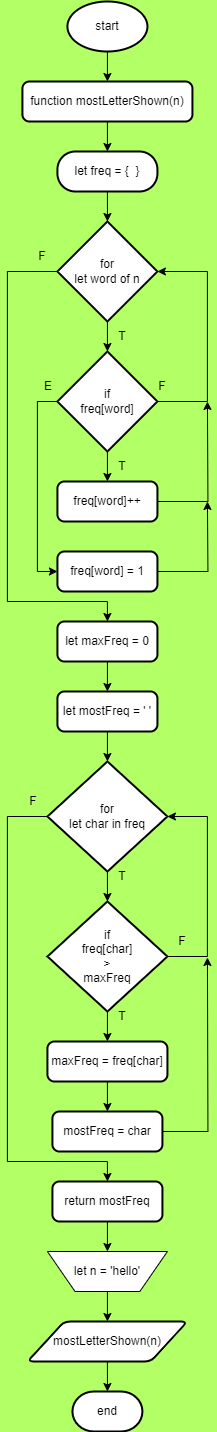
Earlier version of the draw.io export flowchart-diagram/find_the_most_letter_come_up.drawio.png (Destantomy/Dry-run-algorithm). Source tidied: cells renumbered, new cells last; positions are measured from the earlier drawing's top-left corner, leaving out a move shared by most shapes.
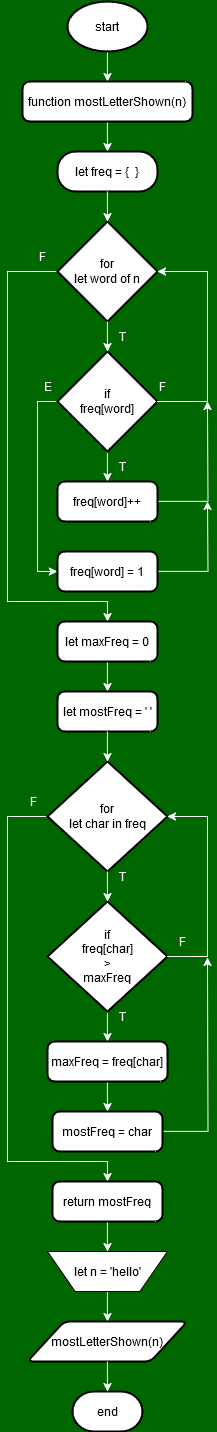
After the change.

The edit, as a diff of the source:
```diff
@@ -1,14 +1,14 @@
-<mxGraphModel background="#B3FF66">
+<mxGraphModel background="#006600">
   <root>
     <mxCell id="0" />
     <mxCell id="1" parent="0" />
-    <mxCell id="2" style="edgeStyle=orthogonalEdgeStyle;rounded=0;jettySize=auto;html=1;exitX=0.5;exitY=1;exitDx=0;exitDy=0;exitPerimeter=0;entryX=0.5;entryY=0;entryDx=0;entryDy=0;" parent="1" edge="1" source="3" target="5">
+    <mxCell id="2" style="edgeStyle=orthogonalEdgeStyle;rounded=0;jettySize=auto;html=1;exitX=0.5;exitY=1;exitDx=0;exitDy=0;exitPerimeter=0;entryX=0.5;entryY=0;entryDx=0;entryDy=0;strokeColor=#FFFFFF;" parent="1" edge="1" source="3" target="5">
       <mxGeometry relative="1" as="geometry" />
     </mxCell>
     <mxCell id="3" value="start" style="strokeWidth=2;html=1;shape=mxgraph.flowchart.start_1;whiteSpace=wrap;" parent="1" vertex="1">
       <mxGeometry x="59.9" width="80" height="50" as="geometry" />
     </mxCell>
-    <mxCell id="4" style="edgeStyle=orthogonalEdgeStyle;rounded=0;jettySize=auto;html=1;exitX=0.5;exitY=1;exitDx=0;exitDy=0;entryX=0.5;entryY=0;entryDx=0;entryDy=0;" parent="1" edge="1" source="5" target="6">
+    <mxCell id="4" style="edgeStyle=orthogonalEdgeStyle;rounded=0;jettySize=auto;html=1;exitX=0.5;exitY=1;exitDx=0;exitDy=0;entryX=0.5;entryY=0;entryDx=0;entryDy=0;strokeColor=#FFFFFF;" parent="1" edge="1" source="5" target="6">
       <mxGeometry relative="1" as="geometry" />
     </mxCell>
     <mxCell id="5" value="function mostLetterShown(n)" style="rounded=1;whiteSpace=wrap;html=1;absoluteArcSize=1;arcSize=14;strokeWidth=2;" parent="1" vertex="1">
@@ -17,7 +17,7 @@
     <mxCell id="6" value="let freq = {&amp;nbsp; }" style="rounded=1;whiteSpace=wrap;html=1;absoluteArcSize=1;arcSize=36;strokeWidth=2;" parent="1" vertex="1">
       <mxGeometry x="49.9" y="150" width="100" height="40" as="geometry" />
     </mxCell>
-    <mxCell id="7" style="edgeStyle=orthogonalEdgeStyle;rounded=0;jettySize=auto;html=1;exitX=0;exitY=0.5;exitDx=0;exitDy=0;exitPerimeter=0;entryX=0.5;entryY=0;entryDx=0;entryDy=0;" parent="1" edge="1" source="8" target="24">
+    <mxCell id="7" style="edgeStyle=orthogonalEdgeStyle;rounded=0;jettySize=auto;html=1;exitX=0;exitY=0.5;exitDx=0;exitDy=0;exitPerimeter=0;entryX=0.5;entryY=0;entryDx=0;entryDy=0;strokeColor=#FFFFFF;" parent="1" edge="1" source="8" target="24">
       <mxGeometry relative="1" as="geometry">
         <Array as="points">
           <mxPoint x="-0.1" y="270" />
@@ -29,16 +29,16 @@
     <mxCell id="8" value="for&lt;div&gt;let word&amp;nbsp;&lt;span style=&quot;background-color: initial;&quot;&gt;of&amp;nbsp;&lt;/span&gt;&lt;span style=&quot;background-color: initial;&quot;&gt;n&lt;/span&gt;&lt;/div&gt;" style="strokeWidth=2;html=1;shape=mxgraph.flowchart.decision;whiteSpace=wrap;" parent="1" vertex="1">
       <mxGeometry x="49.9" y="220" width="100" height="100" as="geometry" />
     </mxCell>
-    <mxCell id="9" style="edgeStyle=orthogonalEdgeStyle;rounded=0;jettySize=auto;html=1;exitX=0.5;exitY=1;exitDx=0;exitDy=0;exitPerimeter=0;entryX=0.5;entryY=0;entryDx=0;entryDy=0;" parent="1" edge="1" source="11" target="13">
+    <mxCell id="9" style="edgeStyle=orthogonalEdgeStyle;rounded=0;jettySize=auto;html=1;exitX=0.5;exitY=1;exitDx=0;exitDy=0;exitPerimeter=0;entryX=0.5;entryY=0;entryDx=0;entryDy=0;strokeColor=#FFFFFF;" parent="1" edge="1" source="11" target="13">
       <mxGeometry relative="1" as="geometry" />
     </mxCell>
-    <mxCell id="10" style="edgeStyle=orthogonalEdgeStyle;rounded=0;jettySize=auto;html=1;exitX=0;exitY=0.5;exitDx=0;exitDy=0;exitPerimeter=0;entryX=0;entryY=0.5;entryDx=0;entryDy=0;" parent="1" edge="1" source="11" target="15">
+    <mxCell id="10" style="edgeStyle=orthogonalEdgeStyle;rounded=0;jettySize=auto;html=1;exitX=0;exitY=0.5;exitDx=0;exitDy=0;exitPerimeter=0;entryX=0;entryY=0.5;entryDx=0;entryDy=0;strokeColor=#FFFFFF;" parent="1" edge="1" source="11" target="15">
       <mxGeometry relative="1" as="geometry" />
     </mxCell>
     <mxCell id="11" value="if&lt;div&gt;freq[word]&lt;/div&gt;" style="strokeWidth=2;html=1;shape=mxgraph.flowchart.decision;whiteSpace=wrap;" parent="1" vertex="1">
       <mxGeometry x="49.9" y="350" width="100" height="100" as="geometry" />
     </mxCell>
-    <mxCell id="12" style="edgeStyle=orthogonalEdgeStyle;rounded=0;jettySize=auto;html=1;exitX=1;exitY=0.5;exitDx=0;exitDy=0;" parent="1" edge="1" source="13">
+    <mxCell id="12" style="edgeStyle=orthogonalEdgeStyle;rounded=0;jettySize=auto;html=1;exitX=1;exitY=0.5;exitDx=0;exitDy=0;strokeColor=#FFFFFF;" parent="1" edge="1" source="13">
       <mxGeometry relative="1" as="geometry">
         <mxPoint x="199.9" y="400" as="targetPoint" />
       </mxGeometry>
@@ -46,7 +46,7 @@
     <mxCell id="13" value="freq[word]++" style="rounded=1;whiteSpace=wrap;html=1;absoluteArcSize=1;arcSize=14;strokeWidth=2;" parent="1" vertex="1">
       <mxGeometry x="49.9" y="480" width="100" height="40" as="geometry" />
     </mxCell>
-    <mxCell id="14" style="edgeStyle=orthogonalEdgeStyle;rounded=0;jettySize=auto;html=1;exitX=1;exitY=0.5;exitDx=0;exitDy=0;" parent="1" edge="1" source="15">
+    <mxCell id="14" style="edgeStyle=orthogonalEdgeStyle;rounded=0;jettySize=auto;html=1;exitX=1;exitY=0.5;exitDx=0;exitDy=0;strokeColor=#FFFFFF;" parent="1" edge="1" source="15">
       <mxGeometry relative="1" as="geometry">
         <mxPoint x="199.9" y="500" as="targetPoint" />
       </mxGeometry>
@@ -54,13 +54,13 @@
     <mxCell id="15" value="freq[word] = 1" style="rounded=1;whiteSpace=wrap;html=1;absoluteArcSize=1;arcSize=14;strokeWidth=2;" parent="1" vertex="1">
       <mxGeometry x="49.9" y="550" width="100" height="40" as="geometry" />
     </mxCell>
-    <mxCell id="16" style="edgeStyle=orthogonalEdgeStyle;rounded=0;jettySize=auto;html=1;exitX=0.5;exitY=1;exitDx=0;exitDy=0;entryX=0.5;entryY=0;entryDx=0;entryDy=0;entryPerimeter=0;" parent="1" edge="1" source="6" target="8">
+    <mxCell id="16" style="edgeStyle=orthogonalEdgeStyle;rounded=0;jettySize=auto;html=1;exitX=0.5;exitY=1;exitDx=0;exitDy=0;entryX=0.5;entryY=0;entryDx=0;entryDy=0;entryPerimeter=0;strokeColor=#FFFFFF;" parent="1" edge="1" source="6" target="8">
       <mxGeometry relative="1" as="geometry" />
     </mxCell>
-    <mxCell id="17" style="edgeStyle=orthogonalEdgeStyle;rounded=0;jettySize=auto;html=1;exitX=0.5;exitY=1;exitDx=0;exitDy=0;exitPerimeter=0;entryX=0.5;entryY=0;entryDx=0;entryDy=0;entryPerimeter=0;" parent="1" edge="1" source="8" target="11">
+    <mxCell id="17" style="edgeStyle=orthogonalEdgeStyle;rounded=0;jettySize=auto;html=1;exitX=0.5;exitY=1;exitDx=0;exitDy=0;exitPerimeter=0;entryX=0.5;entryY=0;entryDx=0;entryDy=0;entryPerimeter=0;strokeColor=#FFFFFF;" parent="1" edge="1" source="8" target="11">
       <mxGeometry relative="1" as="geometry" />
     </mxCell>
-    <mxCell id="18" style="edgeStyle=orthogonalEdgeStyle;rounded=0;jettySize=auto;html=1;exitX=1;exitY=0.5;exitDx=0;exitDy=0;exitPerimeter=0;entryX=1;entryY=0.5;entryDx=0;entryDy=0;entryPerimeter=0;" parent="1" edge="1" source="11" target="8">
+    <mxCell id="18" style="edgeStyle=orthogonalEdgeStyle;rounded=0;jettySize=auto;html=1;exitX=1;exitY=0.5;exitDx=0;exitDy=0;exitPerimeter=0;entryX=1;entryY=0.5;entryDx=0;entryDy=0;entryPerimeter=0;strokeColor=#FFFFFF;" parent="1" edge="1" source="11" target="8">
       <mxGeometry relative="1" as="geometry">
         <Array as="points">
           <mxPoint x="199.9" y="400" />
@@ -68,19 +68,19 @@
         </Array>
       </mxGeometry>
     </mxCell>
-    <mxCell id="19" value="T" style="text;html=1;align=center;verticalAlign=middle;whiteSpace=wrap;rounded=0;" parent="1" vertex="1">
+    <mxCell id="19" value="T" style="text;html=1;align=center;verticalAlign=middle;whiteSpace=wrap;rounded=0;fontColor=#FFFFFF;" parent="1" vertex="1">
       <mxGeometry x="99.9" y="320" width="30" height="30" as="geometry" />
     </mxCell>
-    <mxCell id="20" value="T" style="text;html=1;align=center;verticalAlign=middle;whiteSpace=wrap;rounded=0;" parent="1" vertex="1">
+    <mxCell id="20" value="T" style="text;html=1;align=center;verticalAlign=middle;whiteSpace=wrap;rounded=0;fontColor=#FFFFFF;" parent="1" vertex="1">
       <mxGeometry x="99.9" y="450" width="30" height="30" as="geometry" />
     </mxCell>
-    <mxCell id="21" value="E" style="text;html=1;align=center;verticalAlign=middle;whiteSpace=wrap;rounded=0;" parent="1" vertex="1">
+    <mxCell id="21" value="E" style="text;html=1;align=center;verticalAlign=middle;whiteSpace=wrap;rounded=0;fontColor=#FFFFFF;" parent="1" vertex="1">
       <mxGeometry x="25.9" y="370" width="30" height="30" as="geometry" />
     </mxCell>
-    <mxCell id="22" value="F" style="text;html=1;align=center;verticalAlign=middle;whiteSpace=wrap;rounded=0;" parent="1" vertex="1">
+    <mxCell id="22" value="F" style="text;html=1;align=center;verticalAlign=middle;whiteSpace=wrap;rounded=0;fontColor=#FFFFFF;" parent="1" vertex="1">
       <mxGeometry x="139.9" y="370" width="30" height="30" as="geometry" />
     </mxCell>
-    <mxCell id="23" style="edgeStyle=orthogonalEdgeStyle;rounded=0;jettySize=auto;html=1;exitX=0.5;exitY=1;exitDx=0;exitDy=0;entryX=0.5;entryY=0;entryDx=0;entryDy=0;" parent="1" edge="1" source="24" target="25">
+    <mxCell id="23" style="edgeStyle=orthogonalEdgeStyle;rounded=0;jettySize=auto;html=1;exitX=0.5;exitY=1;exitDx=0;exitDy=0;entryX=0.5;entryY=0;entryDx=0;entryDy=0;strokeColor=#FFFFFF;" parent="1" edge="1" source="24" target="25">
       <mxGeometry relative="1" as="geometry" />
     </mxCell>
     <mxCell id="24" value="let maxFreq = 0" style="rounded=1;whiteSpace=wrap;html=1;absoluteArcSize=1;arcSize=14;strokeWidth=2;" parent="1" vertex="1">
@@ -89,10 +89,10 @@
     <mxCell id="25" value="let mostFreq = ' '" style="rounded=1;whiteSpace=wrap;html=1;absoluteArcSize=1;arcSize=14;strokeWidth=2;" parent="1" vertex="1">
       <mxGeometry x="49.9" y="690" width="100" height="40" as="geometry" />
     </mxCell>
-    <mxCell id="26" value="F" style="text;html=1;align=center;verticalAlign=middle;whiteSpace=wrap;rounded=0;" parent="1" vertex="1">
+    <mxCell id="26" value="F" style="text;html=1;align=center;verticalAlign=middle;whiteSpace=wrap;rounded=0;fontColor=#FFFFFF;" parent="1" vertex="1">
       <mxGeometry x="19.9" y="240" width="30" height="30" as="geometry" />
     </mxCell>
-    <mxCell id="27" style="edgeStyle=orthogonalEdgeStyle;rounded=0;jettySize=auto;html=1;exitX=0;exitY=0.5;exitDx=0;exitDy=0;exitPerimeter=0;entryX=0.5;entryY=0;entryDx=0;entryDy=0;" parent="1" edge="1" source="28" target="42">
+    <mxCell id="27" style="edgeStyle=orthogonalEdgeStyle;rounded=0;jettySize=auto;html=1;exitX=0;exitY=0.5;exitDx=0;exitDy=0;exitPerimeter=0;entryX=0.5;entryY=0;entryDx=0;entryDy=0;strokeColor=#FFFFFF;" parent="1" edge="1" source="28" target="42">
       <mxGeometry relative="1" as="geometry">
         <Array as="points">
           <mxPoint x="-0.1" y="815" />
@@ -104,19 +104,19 @@
     <mxCell id="28" value="for&lt;div&gt;let char in freq&lt;/div&gt;" style="strokeWidth=2;html=1;shape=mxgraph.flowchart.decision;whiteSpace=wrap;" parent="1" vertex="1">
       <mxGeometry x="39.9" y="760" width="120" height="110" as="geometry" />
     </mxCell>
-    <mxCell id="29" style="edgeStyle=orthogonalEdgeStyle;rounded=0;jettySize=auto;html=1;exitX=0.5;exitY=1;exitDx=0;exitDy=0;exitPerimeter=0;entryX=0.5;entryY=0;entryDx=0;entryDy=0;" parent="1" edge="1" source="30" target="32">
+    <mxCell id="29" style="edgeStyle=orthogonalEdgeStyle;rounded=0;jettySize=auto;html=1;exitX=0.5;exitY=1;exitDx=0;exitDy=0;exitPerimeter=0;entryX=0.5;entryY=0;entryDx=0;entryDy=0;strokeColor=#FFFFFF;" parent="1" edge="1" source="30" target="32">
       <mxGeometry relative="1" as="geometry" />
     </mxCell>
     <mxCell id="30" value="if&lt;div&gt;freq[char]&lt;/div&gt;&lt;div&gt;&amp;gt;&lt;/div&gt;&lt;div&gt;maxFreq&lt;/div&gt;" style="strokeWidth=2;html=1;shape=mxgraph.flowchart.decision;whiteSpace=wrap;" parent="1" vertex="1">
       <mxGeometry x="39.9" y="900" width="120" height="110" as="geometry" />
     </mxCell>
-    <mxCell id="31" style="edgeStyle=orthogonalEdgeStyle;rounded=0;jettySize=auto;html=1;exitX=0.5;exitY=1;exitDx=0;exitDy=0;entryX=0.5;entryY=0;entryDx=0;entryDy=0;" parent="1" edge="1" source="32" target="34">
+    <mxCell id="31" style="edgeStyle=orthogonalEdgeStyle;rounded=0;jettySize=auto;html=1;exitX=0.5;exitY=1;exitDx=0;exitDy=0;entryX=0.5;entryY=0;entryDx=0;entryDy=0;strokeColor=#FFFFFF;" parent="1" edge="1" source="32" target="34">
       <mxGeometry relative="1" as="geometry" />
     </mxCell>
     <mxCell id="32" value="maxFreq = freq[char]" style="rounded=1;whiteSpace=wrap;html=1;absoluteArcSize=1;arcSize=14;strokeWidth=2;" parent="1" vertex="1">
       <mxGeometry x="39.9" y="1040" width="120" height="40" as="geometry" />
     </mxCell>
-    <mxCell id="33" style="edgeStyle=orthogonalEdgeStyle;rounded=0;jettySize=auto;html=1;exitX=1;exitY=0.5;exitDx=0;exitDy=0;" parent="1" edge="1" source="34">
+    <mxCell id="33" style="edgeStyle=orthogonalEdgeStyle;rounded=0;jettySize=auto;html=1;exitX=1;exitY=0.5;exitDx=0;exitDy=0;strokeColor=#FFFFFF;" parent="1" edge="1" source="34">
       <mxGeometry relative="1" as="geometry">
         <mxPoint x="199.9" y="956" as="targetPoint" />
       </mxGeometry>
@@ -124,13 +124,13 @@
     <mxCell id="34" value="mostFreq = char" style="rounded=1;whiteSpace=wrap;html=1;absoluteArcSize=1;arcSize=14;strokeWidth=2;" parent="1" vertex="1">
       <mxGeometry x="44.9" y="1110" width="110" height="40" as="geometry" />
     </mxCell>
-    <mxCell id="35" style="edgeStyle=orthogonalEdgeStyle;rounded=0;jettySize=auto;html=1;exitX=0.5;exitY=1;exitDx=0;exitDy=0;entryX=0.5;entryY=0;entryDx=0;entryDy=0;entryPerimeter=0;" parent="1" edge="1" source="25" target="28">
+    <mxCell id="35" style="edgeStyle=orthogonalEdgeStyle;rounded=0;jettySize=auto;html=1;exitX=0.5;exitY=1;exitDx=0;exitDy=0;entryX=0.5;entryY=0;entryDx=0;entryDy=0;entryPerimeter=0;strokeColor=#FFFFFF;" parent="1" edge="1" source="25" target="28">
       <mxGeometry relative="1" as="geometry" />
     </mxCell>
-    <mxCell id="36" style="edgeStyle=orthogonalEdgeStyle;rounded=0;jettySize=auto;html=1;exitX=0.5;exitY=1;exitDx=0;exitDy=0;exitPerimeter=0;entryX=0.5;entryY=0;entryDx=0;entryDy=0;entryPerimeter=0;" parent="1" edge="1" source="28" target="30">
+    <mxCell id="36" style="edgeStyle=orthogonalEdgeStyle;rounded=0;jettySize=auto;html=1;exitX=0.5;exitY=1;exitDx=0;exitDy=0;exitPerimeter=0;entryX=0.5;entryY=0;entryDx=0;entryDy=0;entryPerimeter=0;strokeColor=#FFFFFF;" parent="1" edge="1" source="28" target="30">
       <mxGeometry relative="1" as="geometry" />
     </mxCell>
-    <mxCell id="37" style="edgeStyle=orthogonalEdgeStyle;rounded=0;jettySize=auto;html=1;exitX=1;exitY=0.5;exitDx=0;exitDy=0;exitPerimeter=0;entryX=1;entryY=0.5;entryDx=0;entryDy=0;entryPerimeter=0;" parent="1" edge="1" source="30" target="28">
+    <mxCell id="37" style="edgeStyle=orthogonalEdgeStyle;rounded=0;jettySize=auto;html=1;exitX=1;exitY=0.5;exitDx=0;exitDy=0;exitPerimeter=0;entryX=1;entryY=0.5;entryDx=0;entryDy=0;entryPerimeter=0;strokeColor=#FFFFFF;" parent="1" edge="1" source="30" target="28">
       <mxGeometry relative="1" as="geometry">
         <Array as="points">
           <mxPoint x="199.9" y="955" />
@@ -138,25 +138,25 @@
         </Array>
       </mxGeometry>
     </mxCell>
-    <mxCell id="38" value="T" style="text;html=1;align=center;verticalAlign=middle;whiteSpace=wrap;rounded=0;" parent="1" vertex="1">
+    <mxCell id="38" value="T" style="text;html=1;align=center;verticalAlign=middle;whiteSpace=wrap;rounded=0;fontColor=#FFFFFF;" parent="1" vertex="1">
       <mxGeometry x="99.9" y="860" width="30" height="30" as="geometry" />
     </mxCell>
-    <mxCell id="39" value="T" style="text;html=1;align=center;verticalAlign=middle;whiteSpace=wrap;rounded=0;" parent="1" vertex="1">
+    <mxCell id="39" value="T" style="text;html=1;align=center;verticalAlign=middle;whiteSpace=wrap;rounded=0;fontColor=#FFFFFF;" parent="1" vertex="1">
       <mxGeometry x="99.9" y="1000" width="30" height="30" as="geometry" />
     </mxCell>
-    <mxCell id="40" value="F" style="text;html=1;align=center;verticalAlign=middle;whiteSpace=wrap;rounded=0;" parent="1" vertex="1">
+    <mxCell id="40" value="F" style="text;html=1;align=center;verticalAlign=middle;whiteSpace=wrap;rounded=0;fontColor=#FFFFFF;" parent="1" vertex="1">
       <mxGeometry x="159.9" y="925" width="30" height="30" as="geometry" />
     </mxCell>
-    <mxCell id="41" style="edgeStyle=orthogonalEdgeStyle;rounded=0;jettySize=auto;html=1;exitX=0.5;exitY=1;exitDx=0;exitDy=0;entryX=0.5;entryY=0;entryDx=0;entryDy=0;" parent="1" edge="1" source="42" target="45">
+    <mxCell id="41" style="edgeStyle=orthogonalEdgeStyle;rounded=0;jettySize=auto;html=1;exitX=0.5;exitY=1;exitDx=0;exitDy=0;entryX=0.5;entryY=0;entryDx=0;entryDy=0;strokeColor=#FFFFFF;" parent="1" edge="1" source="42" target="45">
       <mxGeometry relative="1" as="geometry" />
     </mxCell>
     <mxCell id="42" value="return mostFreq" style="rounded=1;whiteSpace=wrap;html=1;absoluteArcSize=1;arcSize=14;strokeWidth=2;" parent="1" vertex="1">
       <mxGeometry x="44.9" y="1180" width="110" height="40" as="geometry" />
     </mxCell>
-    <mxCell id="43" value="F" style="text;html=1;align=center;verticalAlign=middle;whiteSpace=wrap;rounded=0;" parent="1" vertex="1">
+    <mxCell id="43" value="F" style="text;html=1;align=center;verticalAlign=middle;whiteSpace=wrap;rounded=0;fontColor=#FFFFFF;" parent="1" vertex="1">
       <mxGeometry x="10.9" y="785" width="30" height="30" as="geometry" />
     </mxCell>
-    <mxCell id="44" style="edgeStyle=orthogonalEdgeStyle;rounded=0;jettySize=auto;html=1;exitX=0.5;exitY=1;exitDx=0;exitDy=0;entryX=0.5;entryY=0;entryDx=0;entryDy=0;" parent="1" edge="1" source="45" target="46">
+    <mxCell id="44" style="edgeStyle=orthogonalEdgeStyle;rounded=0;jettySize=auto;html=1;exitX=0.5;exitY=1;exitDx=0;exitDy=0;entryX=0.5;entryY=0;entryDx=0;entryDy=0;strokeColor=#FFFFFF;" parent="1" edge="1" source="45" target="46">
       <mxGeometry relative="1" as="geometry" />
     </mxCell>
     <mxCell id="45" value="let n = 'hello'" style="verticalLabelPosition=middle;verticalAlign=middle;html=1;shape=trapezoid;perimeter=trapezoidPerimeter;whiteSpace=wrap;size=0.23;arcSize=10;flipV=1;labelPosition=center;align=center;" parent="1" vertex="1">
@@ -168,7 +168,7 @@
     <mxCell id="47" value="end" style="strokeWidth=2;html=1;shape=mxgraph.flowchart.terminator;whiteSpace=wrap;" parent="1" vertex="1">
       <mxGeometry x="64.9" y="1390" width="70" height="40" as="geometry" />
     </mxCell>
-    <mxCell id="48" style="edgeStyle=orthogonalEdgeStyle;rounded=0;jettySize=auto;html=1;exitX=0.5;exitY=1;exitDx=0;exitDy=0;entryX=0.5;entryY=0;entryDx=0;entryDy=0;entryPerimeter=0;" parent="1" edge="1" source="46" target="47">
+    <mxCell id="48" style="edgeStyle=orthogonalEdgeStyle;rounded=0;jettySize=auto;html=1;exitX=0.5;exitY=1;exitDx=0;exitDy=0;entryX=0.5;entryY=0;entryDx=0;entryDy=0;entryPerimeter=0;strokeColor=#FFFFFF;" parent="1" edge="1" source="46" target="47">
       <mxGeometry relative="1" as="geometry" />
     </mxCell>
   </root>
```
